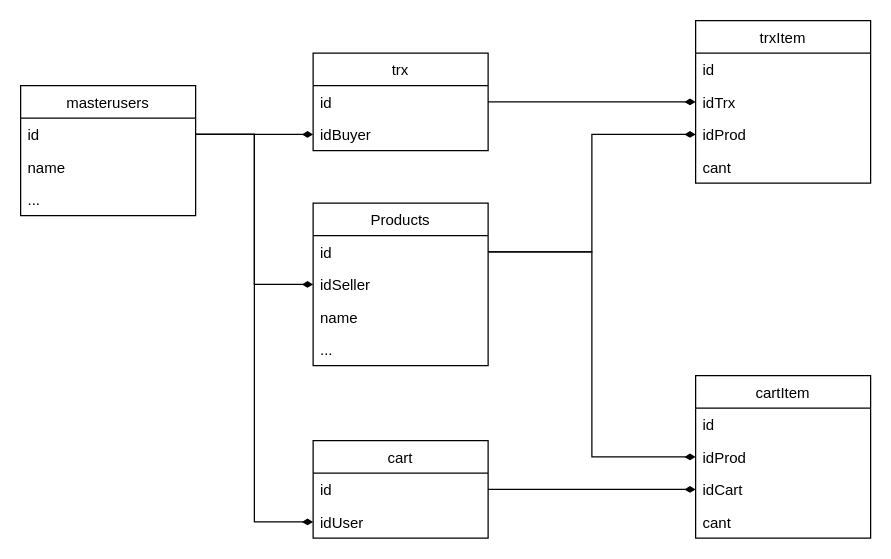
This is DER/DER-current.drawio from SantiBalbiani/DH_Grupo_02_SLC, a draw.io file, before an edit. Source tidied: cells renumbered, new cells numbered last; positions are measured from the earlier drawing's top-left corner, leaving out a move shared by most shapes. Both pictures are drawn from the tidied source at 125%, with x=0, y=0 at pixel (20, 20).
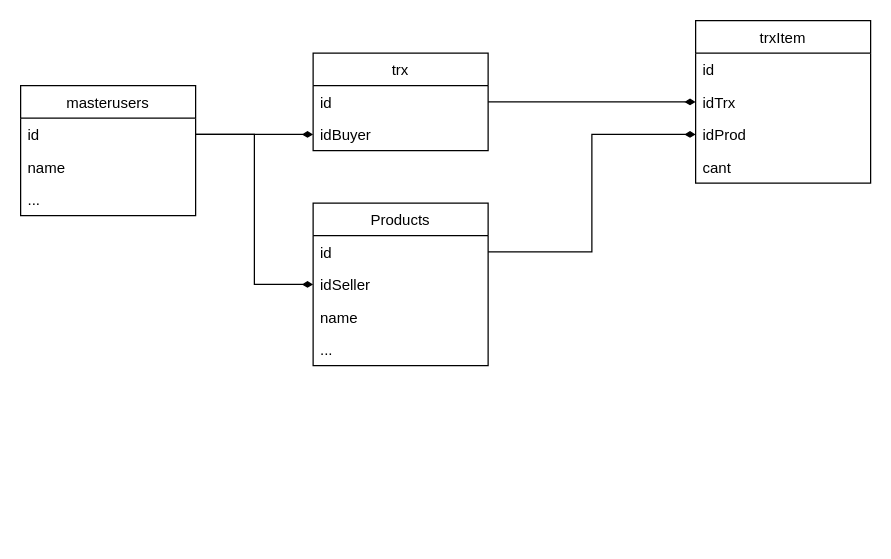
After the change.

Unchanged cells that the change refers to:
```xml
<mxCell id="3" value="id" style="text;strokeColor=none;fillColor=none;align=left;verticalAlign=top;spacingLeft=4;spacingRight=4;overflow=hidden;points=[[0,0.5],[1,0.5]];portConstraint=eastwest;" parent="2" vertex="1">
  <mxGeometry y="26" width="140" height="26" as="geometry" />
</mxCell>
<mxCell id="24" value="id" style="text;strokeColor=none;fillColor=none;align=left;verticalAlign=top;spacingLeft=4;spacingRight=4;overflow=hidden;points=[[0,0.5],[1,0.5]];portConstraint=eastwest;" parent="23" vertex="1">
  <mxGeometry y="26" width="140" height="26" as="geometry" />
</mxCell>
```

What changed in the source:
```diff
@@
-    <mxCell id="6" style="edgeStyle=orthogonalEdgeStyle;rounded=0;jettySize=auto;html=1;exitX=1;exitY=0.5;exitDx=0;exitDy=0;entryX=0;entryY=0.5;entryDx=0;entryDy=0;endArrow=diamondThin;endFill=1;" parent="1" edge="1" source="12" target="32">
-      <mxGeometry relative="1" as="geometry" />
-    </mxCell>
@@
-    <mxCell id="11" value="cart" style="swimlane;fontStyle=0;horizontal=1;startSize=26;fillColor=none;" parent="1" vertex="1">
-      <mxGeometry x="234" y="336" width="140" height="78" as="geometry" />
-    </mxCell>
-    <mxCell id="12" value="id" style="text;strokeColor=none;fillColor=none;align=left;verticalAlign=top;spacingLeft=4;spacingRight=4;overflow=hidden;points=[[0,0.5],[1,0.5]];portConstraint=eastwest;" parent="11" vertex="1">
-      <mxGeometry y="26" width="140" height="26" as="geometry" />
-    </mxCell>
-    <mxCell id="13" value="idUser" style="text;strokeColor=none;fillColor=none;align=left;verticalAlign=top;spacingLeft=4;spacingRight=4;overflow=hidden;points=[[0,0.5],[1,0.5]];portConstraint=eastwest;" parent="11" vertex="1">
-      <mxGeometry y="52" width="140" height="26" as="geometry" />
-    </mxCell>
@@
-    <mxCell id="17" style="edgeStyle=orthogonalEdgeStyle;rounded=0;jettySize=auto;html=1;exitX=1;exitY=0.5;exitDx=0;exitDy=0;entryX=0;entryY=0.5;entryDx=0;entryDy=0;endArrow=diamondThin;endFill=1;" parent="1" edge="1" source="3" target="13">
-      <mxGeometry relative="1" as="geometry" />
-    </mxCell>
@@
-    <mxCell id="28" style="edgeStyle=orthogonalEdgeStyle;rounded=0;jettySize=auto;html=1;exitX=1;exitY=0.5;exitDx=0;exitDy=0;entryX=0;entryY=0.5;entryDx=0;entryDy=0;endArrow=diamondThin;endFill=1;" parent="1" edge="1" source="24" target="31">
-      <mxGeometry relative="1" as="geometry" />
-    </mxCell>
-    <mxCell id="29" value="cartItem" style="swimlane;fontStyle=0;horizontal=1;startSize=26;fillColor=none;" parent="1" vertex="1">
-      <mxGeometry x="540" y="284" width="140" height="130" as="geometry" />
-    </mxCell>
-    <mxCell id="30" value="id" style="text;strokeColor=none;fillColor=none;align=left;verticalAlign=top;spacingLeft=4;spacingRight=4;overflow=hidden;" parent="29" vertex="1">
-      <mxGeometry y="26" width="140" height="26" as="geometry" />
-    </mxCell>
-    <mxCell id="31" value="idProd" style="text;strokeColor=none;fillColor=none;align=left;verticalAlign=top;spacingLeft=4;spacingRight=4;overflow=hidden;points=[[0,0.5],[1,0.5]];portConstraint=eastwest;" parent="29" vertex="1">
-      <mxGeometry y="52" width="140" height="26" as="geometry" />
-    </mxCell>
-    <mxCell id="32" value="idCart" style="text;strokeColor=none;fillColor=none;align=left;verticalAlign=top;spacingLeft=4;spacingRight=4;overflow=hidden;points=[[0,0.5],[1,0.5]];portConstraint=eastwest;" parent="29" vertex="1">
-      <mxGeometry y="78" width="140" height="26" as="geometry" />
-    </mxCell>
-    <mxCell id="33" value="cant" style="text;strokeColor=none;fillColor=none;align=left;verticalAlign=top;spacingLeft=4;spacingRight=4;overflow=hidden;" parent="29" vertex="1">
-      <mxGeometry y="104" width="140" height="26" as="geometry" />
-    </mxCell>
```
